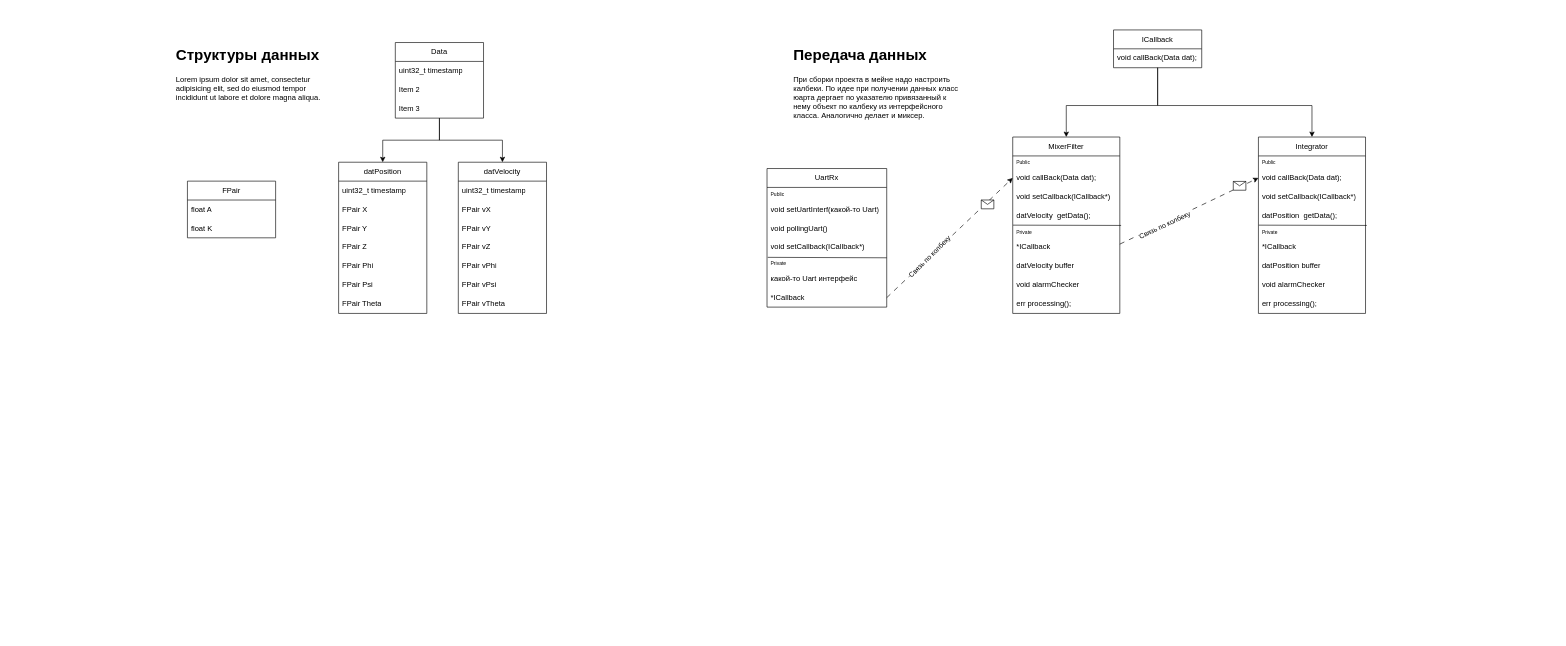
Earlier version of the draw.io diagram docs/ClassDiagram.drawio (SmirnovAleksandrS/Telega_controller). Source tidied: cells renumbered, new cells numbered last; positions are measured from the earlier drawing's top-left corner, leaving out a move shared by most shapes. Both pictures are drawn from the tidied source at 63%, with x=0, y=0 at pixel (175, 30).
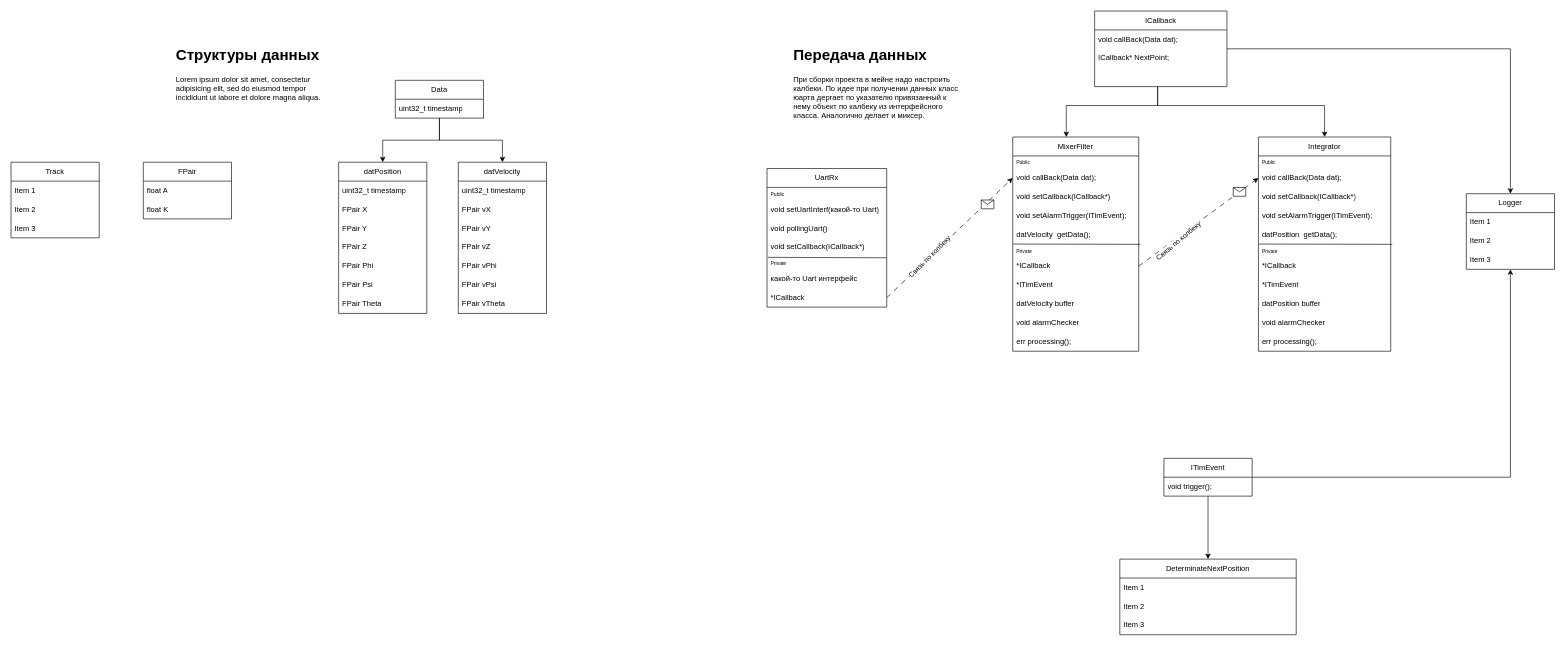
The same diagram, later.

Diff of the diagram source:
```diff
@@
     <mxCell id="4" value="Data" style="swimlane;fontStyle=0;horizontal=1;startSize=30;whiteSpace=wrap;html=1;" parent="1" vertex="1">
-      <mxGeometry x="350" y="20" width="140" height="120" as="geometry" />
+      <mxGeometry x="350" y="80" width="140" height="60" as="geometry" />
     </mxCell>
@@
-    <mxCell id="6" value="Item 2" style="text;strokeColor=none;fillColor=none;align=left;verticalAlign=middle;spacingLeft=4;spacingRight=4;overflow=hidden;whiteSpace=wrap;html=1;" parent="4" vertex="1">
-      <mxGeometry y="60" width="140" height="30" as="geometry" />
-    </mxCell>
-    <mxCell id="7" value="Item 3" style="text;strokeColor=none;fillColor=none;align=left;verticalAlign=middle;spacingLeft=4;spacingRight=4;overflow=hidden;whiteSpace=wrap;html=1;" parent="4" vertex="1">
-      <mxGeometry y="90" width="140" height="30" as="geometry" />
-    </mxCell>
@@
     <mxCell id="16" value="FPair" style="swimlane;fontStyle=0;horizontal=1;startSize=30;whiteSpace=wrap;html=1;" parent="1" vertex="1">
-      <mxGeometry x="20" y="240" width="140" height="90" as="geometry" />
+      <mxGeometry x="-50" y="210" width="140" height="90" as="geometry" />
     </mxCell>
@@
     <mxCell id="36" value="MixerFilter" style="swimlane;fontStyle=0;horizontal=1;startSize=30;whiteSpace=wrap;html=1;" parent="1" vertex="1">
-      <mxGeometry x="1330" y="170" width="170" height="280" as="geometry" />
+      <mxGeometry x="1330" y="170" width="200" height="340" as="geometry" />
     </mxCell>
     <mxCell id="37" value="&lt;font style=&quot;font-size: 8px; color: light-dark(rgb(0, 0, 0), rgb(51, 51, 255));&quot;&gt;Public&lt;/font&gt;" style="text;strokeColor=none;fillColor=none;align=left;verticalAlign=middle;spacingLeft=4;spacingRight=4;overflow=hidden;whiteSpace=wrap;html=1;" parent="36" vertex="1">
-      <mxGeometry y="30" width="170" height="20" as="geometry" />
+      <mxGeometry y="30" width="200" height="20" as="geometry" />
     </mxCell>
     <mxCell id="38" value="void callBack(Data dat);" style="text;strokeColor=none;fillColor=none;align=left;verticalAlign=middle;spacingLeft=4;spacingRight=4;overflow=hidden;points=[[0,0.5],[1,0.5]];portConstraint=eastwest;whiteSpace=wrap;html=1;" parent="36" vertex="1">
-      <mxGeometry y="50" width="170" height="30" as="geometry" />
+      <mxGeometry y="50" width="200" height="30" as="geometry" />
     </mxCell>
@@
     <mxCell id="40" value="void setCallback(ICallback*)" style="text;strokeColor=none;fillColor=none;align=left;verticalAlign=middle;spacingLeft=4;spacingRight=4;overflow=hidden;whiteSpace=wrap;html=1;" parent="36" vertex="1">
-      <mxGeometry y="80" width="170" height="30" as="geometry" />
+      <mxGeometry y="80" width="200" height="30" as="geometry" />
     </mxCell>
+    <mxCell id="70" value="void setAlarmTrigger(ITimEvent);" style="text;strokeColor=none;fillColor=none;align=left;verticalAlign=middle;spacingLeft=4;spacingRight=4;overflow=hidden;whiteSpace=wrap;html=1;" parent="36" vertex="1">
+      <mxGeometry y="110" width="200" height="30" as="geometry" />
+    </mxCell>
     <mxCell id="41" value="datVelocity&amp;nbsp; getData();" style="text;strokeColor=none;fillColor=none;align=left;verticalAlign=middle;spacingLeft=4;spacingRight=4;overflow=hidden;whiteSpace=wrap;html=1;" parent="36" vertex="1">
-      <mxGeometry y="110" width="170" height="30" as="geometry" />
+      <mxGeometry y="140" width="200" height="30" as="geometry" />
     </mxCell>
     <mxCell id="42" value="&lt;font style=&quot;font-size: 8px; color: light-dark(rgb(0, 0, 0), rgb(204, 0, 0));&quot;&gt;Private&lt;/font&gt;" style="text;strokeColor=none;fillColor=none;align=left;verticalAlign=middle;spacingLeft=4;spacingRight=4;overflow=hidden;points=[[0,0.5],[1,0.5]];portConstraint=eastwest;whiteSpace=wrap;html=1;" parent="36" vertex="1">
-      <mxGeometry y="140" width="170" height="20" as="geometry" />
+      <mxGeometry y="170" width="200" height="20" as="geometry" />
     </mxCell>
     <mxCell id="43" value="*ICallback" style="text;strokeColor=none;fillColor=none;align=left;verticalAlign=middle;spacingLeft=4;spacingRight=4;overflow=hidden;points=[[0,0.5],[1,0.5]];portConstraint=eastwest;whiteSpace=wrap;html=1;" parent="36" vertex="1">
-      <mxGeometry y="160" width="170" height="30" as="geometry" />
+      <mxGeometry y="190" width="200" height="30" as="geometry" />
     </mxCell>
+    <mxCell id="71" value="*ITimEvent" style="text;strokeColor=none;fillColor=none;align=left;verticalAlign=middle;spacingLeft=4;spacingRight=4;overflow=hidden;whiteSpace=wrap;html=1;" parent="36" vertex="1">
+      <mxGeometry y="220" width="200" height="30" as="geometry" />
+    </mxCell>
     <mxCell id="44" value="datVelocity buffer" style="text;strokeColor=none;fillColor=none;align=left;verticalAlign=middle;spacingLeft=4;spacingRight=4;overflow=hidden;whiteSpace=wrap;html=1;" parent="36" vertex="1">
-      <mxGeometry y="190" width="170" height="30" as="geometry" />
+      <mxGeometry y="250" width="200" height="30" as="geometry" />
     </mxCell>
     <mxCell id="45" value="void alarmChecker" style="text;strokeColor=none;fillColor=none;align=left;verticalAlign=middle;spacingLeft=4;spacingRight=4;overflow=hidden;whiteSpace=wrap;html=1;" parent="36" vertex="1">
-      <mxGeometry y="220" width="170" height="30" as="geometry" />
+      <mxGeometry y="280" width="200" height="30" as="geometry" />
     </mxCell>
     <mxCell id="46" value="err processing();" style="text;strokeColor=none;fillColor=none;align=left;verticalAlign=middle;spacingLeft=4;spacingRight=4;overflow=hidden;whiteSpace=wrap;html=1;" parent="36" vertex="1">
-      <mxGeometry y="250" width="170" height="30" as="geometry" />
+      <mxGeometry y="310" width="200" height="30" as="geometry" />
     </mxCell>
@@
     <mxCell id="48" style="edgeStyle=orthogonalEdgeStyle;rounded=0;jettySize=auto;html=1;entryX=0.5;entryY=0;entryDx=0;entryDy=0;" parent="1" edge="1" source="49" target="51">
       <mxGeometry relative="1" as="geometry">
         <Array as="points">
           <mxPoint x="1560" y="120" />
-          <mxPoint x="1805" y="120" />
+          <mxPoint x="1825" y="120" />
         </Array>
       </mxGeometry>
     </mxCell>
+    <mxCell id="72" style="edgeStyle=orthogonalEdgeStyle;rounded=0;jettySize=auto;html=1;entryX=0.5;entryY=0;entryDx=0;entryDy=0;" parent="1" edge="1" source="49" target="89">
+      <mxGeometry relative="1" as="geometry" />
+    </mxCell>
     <mxCell id="49" value="ICallback" style="swimlane;fontStyle=0;horizontal=1;startSize=30;whiteSpace=wrap;html=1;" parent="1" vertex="1">
-      <mxGeometry x="1490" width="140" height="60" as="geometry" />
+      <mxGeometry x="1460" y="-30" width="210" height="120" as="geometry" />
     </mxCell>
     <mxCell id="50" value="void callBack(Data dat);" style="text;strokeColor=none;fillColor=none;align=left;verticalAlign=middle;spacingLeft=4;spacingRight=4;overflow=hidden;whiteSpace=wrap;html=1;" parent="49" vertex="1">
-      <mxGeometry y="30" width="140" height="30" as="geometry" />
+      <mxGeometry y="30" width="210" height="30" as="geometry" />
     </mxCell>
+    <mxCell id="73" value="ICallback* NextPoint;" style="text;strokeColor=none;fillColor=none;align=left;verticalAlign=middle;spacingLeft=4;spacingRight=4;overflow=hidden;whiteSpace=wrap;html=1;" parent="49" vertex="1">
+      <mxGeometry y="60" width="210" height="30" as="geometry" />
+    </mxCell>
+    <mxCell id="74" style="text;strokeColor=none;fillColor=none;align=left;verticalAlign=middle;spacingLeft=4;spacingRight=4;overflow=hidden;whiteSpace=wrap;html=1;" parent="49" vertex="1">
+      <mxGeometry y="90" width="210" height="30" as="geometry" />
+    </mxCell>
     <mxCell id="51" value="Integrator" style="swimlane;fontStyle=0;horizontal=1;startSize=30;whiteSpace=wrap;html=1;" parent="1" vertex="1">
-      <mxGeometry x="1720" y="170" width="170" height="280" as="geometry" />
+      <mxGeometry x="1720" y="170" width="210" height="340" as="geometry" />
     </mxCell>
     <mxCell id="52" value="&lt;font style=&quot;font-size: 8px; color: light-dark(rgb(0, 0, 0), rgb(51, 51, 255));&quot;&gt;Public&lt;/font&gt;" style="text;strokeColor=none;fillColor=none;align=left;verticalAlign=middle;spacingLeft=4;spacingRight=4;overflow=hidden;whiteSpace=wrap;html=1;" parent="51" vertex="1">
-      <mxGeometry y="30" width="170" height="20" as="geometry" />
+      <mxGeometry y="30" width="210" height="20" as="geometry" />
     </mxCell>
     <mxCell id="53" value="void callBack(Data dat);" style="text;strokeColor=none;fillColor=none;align=left;verticalAlign=middle;spacingLeft=4;spacingRight=4;overflow=hidden;points=[[0,0.5],[1,0.5]];portConstraint=eastwest;whiteSpace=wrap;html=1;" parent="51" vertex="1">
-      <mxGeometry y="50" width="170" height="30" as="geometry" />
+      <mxGeometry y="50" width="210" height="30" as="geometry" />
     </mxCell>
@@
     <mxCell id="55" value="void setCallback(ICallback*)" style="text;strokeColor=none;fillColor=none;align=left;verticalAlign=middle;spacingLeft=4;spacingRight=4;overflow=hidden;whiteSpace=wrap;html=1;" parent="51" vertex="1">
-      <mxGeometry y="80" width="170" height="30" as="geometry" />
+      <mxGeometry y="80" width="210" height="30" as="geometry" />
     </mxCell>
+    <mxCell id="75" value="void setAlarmTrigger(ITimEvent);" style="text;strokeColor=none;fillColor=none;align=left;verticalAlign=middle;spacingLeft=4;spacingRight=4;overflow=hidden;whiteSpace=wrap;html=1;" parent="51" vertex="1">
+      <mxGeometry y="110" width="210" height="30" as="geometry" />
+    </mxCell>
     <mxCell id="56" value="datPosition&amp;nbsp; getData();" style="text;strokeColor=none;fillColor=none;align=left;verticalAlign=middle;spacingLeft=4;spacingRight=4;overflow=hidden;whiteSpace=wrap;html=1;" parent="51" vertex="1">
-      <mxGeometry y="110" width="170" height="30" as="geometry" />
+      <mxGeometry y="140" width="210" height="30" as="geometry" />
     </mxCell>
     <mxCell id="57" value="&lt;font style=&quot;font-size: 8px; color: light-dark(rgb(0, 0, 0), rgb(204, 0, 0));&quot;&gt;Private&lt;/font&gt;" style="text;strokeColor=none;fillColor=none;align=left;verticalAlign=middle;spacingLeft=4;spacingRight=4;overflow=hidden;points=[[0,0.5],[1,0.5]];portConstraint=eastwest;whiteSpace=wrap;html=1;" parent="51" vertex="1">
-      <mxGeometry y="140" width="170" height="20" as="geometry" />
+      <mxGeometry y="170" width="210" height="20" as="geometry" />
     </mxCell>
     <mxCell id="58" value="*ICallback" style="text;strokeColor=none;fillColor=none;align=left;verticalAlign=middle;spacingLeft=4;spacingRight=4;overflow=hidden;whiteSpace=wrap;html=1;" parent="51" vertex="1">
-      <mxGeometry y="160" width="170" height="30" as="geometry" />
+      <mxGeometry y="190" width="210" height="30" as="geometry" />
     </mxCell>
+    <mxCell id="76" value="*ITimEvent" style="text;strokeColor=none;fillColor=none;align=left;verticalAlign=middle;spacingLeft=4;spacingRight=4;overflow=hidden;whiteSpace=wrap;html=1;" parent="51" vertex="1">
+      <mxGeometry y="220" width="210" height="30" as="geometry" />
+    </mxCell>
     <mxCell id="59" value="datPosition buffer" style="text;strokeColor=none;fillColor=none;align=left;verticalAlign=middle;spacingLeft=4;spacingRight=4;overflow=hidden;whiteSpace=wrap;html=1;" parent="51" vertex="1">
-      <mxGeometry y="190" width="170" height="30" as="geometry" />
+      <mxGeometry y="250" width="210" height="30" as="geometry" />
     </mxCell>
     <mxCell id="60" value="void alarmChecker" style="text;strokeColor=none;fillColor=none;align=left;verticalAlign=middle;spacingLeft=4;spacingRight=4;overflow=hidden;whiteSpace=wrap;html=1;" parent="51" vertex="1">
-      <mxGeometry y="220" width="170" height="30" as="geometry" />
+      <mxGeometry y="280" width="210" height="30" as="geometry" />
     </mxCell>
     <mxCell id="61" value="err processing();" style="text;strokeColor=none;fillColor=none;align=left;verticalAlign=middle;spacingLeft=4;spacingRight=4;overflow=hidden;whiteSpace=wrap;html=1;" parent="51" vertex="1">
-      <mxGeometry y="250" width="170" height="30" as="geometry" />
+      <mxGeometry y="310" width="210" height="30" as="geometry" />
     </mxCell>
@@
-    <mxCell id="65" style="endArrow=classic;html=1;rounded=0;exitX=1;exitY=0.5;exitDx=0;exitDy=0;entryX=0;entryY=0.5;entryDx=0;entryDy=0;dashed=1;dashPattern=8 8;" parent="1" edge="1" target="53">
-      <mxGeometry relative="1" as="geometry">
-        <mxPoint x="1500" y="340" as="sourcePoint" />
-      </mxGeometry>
+    <mxCell id="65" style="endArrow=classic;html=1;rounded=0;exitX=1;exitY=0.5;exitDx=0;exitDy=0;entryX=0;entryY=0.5;entryDx=0;entryDy=0;dashed=1;dashPattern=8 8;" parent="1" edge="1" source="43" target="53">
+      <mxGeometry relative="1" as="geometry" />
     </mxCell>
     <mxCell id="66" style="shape=message;html=1;" parent="65" vertex="1">
       <mxGeometry width="20" height="14" relative="1" as="geometry">
-        <mxPoint x="70" y="-47" as="offset" />
+        <mxPoint x="55" y="-55" as="offset" />
       </mxGeometry>
     </mxCell>
-    <mxCell id="67" value="Связь по колбеку" style="edgeLabel;html=1;align=center;verticalAlign=middle;rotation=-25;" parent="65" vertex="1">
+    <mxCell id="67" value="Связь по колбеку" style="edgeLabel;html=1;align=center;verticalAlign=middle;rotation=-40;" parent="65" vertex="1">
       <mxGeometry x="-0.46" relative="1" as="geometry">
         <mxPoint x="11" y="-2" as="offset" />
       </mxGeometry>
     </mxCell>
@@
+    <mxCell id="77" value="Track" style="swimlane;fontStyle=0;horizontal=1;startSize=30;whiteSpace=wrap;html=1;" parent="1" vertex="1">
+      <mxGeometry x="-260" y="210" width="140" height="120" as="geometry" />
+    </mxCell>
+    <mxCell id="78" value="Item 1" style="text;strokeColor=none;fillColor=none;align=left;verticalAlign=middle;spacingLeft=4;spacingRight=4;overflow=hidden;whiteSpace=wrap;html=1;" parent="77" vertex="1">
+      <mxGeometry y="30" width="140" height="30" as="geometry" />
+    </mxCell>
+    <mxCell id="79" value="Item 2" style="text;strokeColor=none;fillColor=none;align=left;verticalAlign=middle;spacingLeft=4;spacingRight=4;overflow=hidden;whiteSpace=wrap;html=1;" parent="77" vertex="1">
+      <mxGeometry y="60" width="140" height="30" as="geometry" />
+    </mxCell>
+    <mxCell id="80" value="Item 3" style="text;strokeColor=none;fillColor=none;align=left;verticalAlign=middle;spacingLeft=4;spacingRight=4;overflow=hidden;whiteSpace=wrap;html=1;" parent="77" vertex="1">
+      <mxGeometry y="90" width="140" height="30" as="geometry" />
+    </mxCell>
+    <mxCell id="81" style="edgeStyle=orthogonalEdgeStyle;rounded=0;jettySize=auto;html=1;entryX=0.5;entryY=0;entryDx=0;entryDy=0;" parent="1" edge="1" source="83" target="85">
+      <mxGeometry relative="1" as="geometry" />
+    </mxCell>
+    <mxCell id="82" style="edgeStyle=orthogonalEdgeStyle;rounded=0;jettySize=auto;html=1;entryX=0.5;entryY=1;entryDx=0;entryDy=0;" parent="1" edge="1" source="83" target="89">
+      <mxGeometry relative="1" as="geometry" />
+    </mxCell>
+    <mxCell id="83" value="ITimEvent" style="swimlane;fontStyle=0;horizontal=1;startSize=30;whiteSpace=wrap;html=1;" parent="1" vertex="1">
+      <mxGeometry x="1570" y="680" width="140" height="60" as="geometry" />
+    </mxCell>
+    <mxCell id="84" value="void trigger();" style="text;strokeColor=none;fillColor=none;align=left;verticalAlign=middle;spacingLeft=4;spacingRight=4;overflow=hidden;whiteSpace=wrap;html=1;" parent="83" vertex="1">
+      <mxGeometry y="30" width="140" height="30" as="geometry" />
+    </mxCell>
+    <mxCell id="85" value="DeterminateNextPosition" style="swimlane;fontStyle=0;horizontal=1;startSize=30;whiteSpace=wrap;html=1;" parent="1" vertex="1">
+      <mxGeometry x="1500" y="840" width="280" height="120" as="geometry" />
+    </mxCell>
+    <mxCell id="86" value="Item 1" style="text;strokeColor=none;fillColor=none;align=left;verticalAlign=middle;spacingLeft=4;spacingRight=4;overflow=hidden;whiteSpace=wrap;html=1;" parent="85" vertex="1">
+      <mxGeometry y="30" width="280" height="30" as="geometry" />
+    </mxCell>
+    <mxCell id="87" value="Item 2" style="text;strokeColor=none;fillColor=none;align=left;verticalAlign=middle;spacingLeft=4;spacingRight=4;overflow=hidden;whiteSpace=wrap;html=1;" parent="85" vertex="1">
+      <mxGeometry y="60" width="280" height="30" as="geometry" />
+    </mxCell>
+    <mxCell id="88" value="Item 3" style="text;strokeColor=none;fillColor=none;align=left;verticalAlign=middle;spacingLeft=4;spacingRight=4;overflow=hidden;whiteSpace=wrap;html=1;" parent="85" vertex="1">
+      <mxGeometry y="90" width="280" height="30" as="geometry" />
+    </mxCell>
+    <mxCell id="89" value="Logger" style="swimlane;fontStyle=0;horizontal=1;startSize=30;whiteSpace=wrap;html=1;" parent="1" vertex="1">
+      <mxGeometry x="2050" y="260" width="140" height="120" as="geometry" />
+    </mxCell>
+    <mxCell id="90" value="Item 1" style="text;strokeColor=none;fillColor=none;align=left;verticalAlign=middle;spacingLeft=4;spacingRight=4;overflow=hidden;whiteSpace=wrap;html=1;" parent="89" vertex="1">
+      <mxGeometry y="30" width="140" height="30" as="geometry" />
+    </mxCell>
+    <mxCell id="91" value="Item 2" style="text;strokeColor=none;fillColor=none;align=left;verticalAlign=middle;spacingLeft=4;spacingRight=4;overflow=hidden;whiteSpace=wrap;html=1;" parent="89" vertex="1">
+      <mxGeometry y="60" width="140" height="30" as="geometry" />
+    </mxCell>
+    <mxCell id="92" value="Item 3" style="text;strokeColor=none;fillColor=none;align=left;verticalAlign=middle;spacingLeft=4;spacingRight=4;overflow=hidden;whiteSpace=wrap;html=1;" parent="89" vertex="1">
+      <mxGeometry y="90" width="140" height="30" as="geometry" />
+    </mxCell>
```
